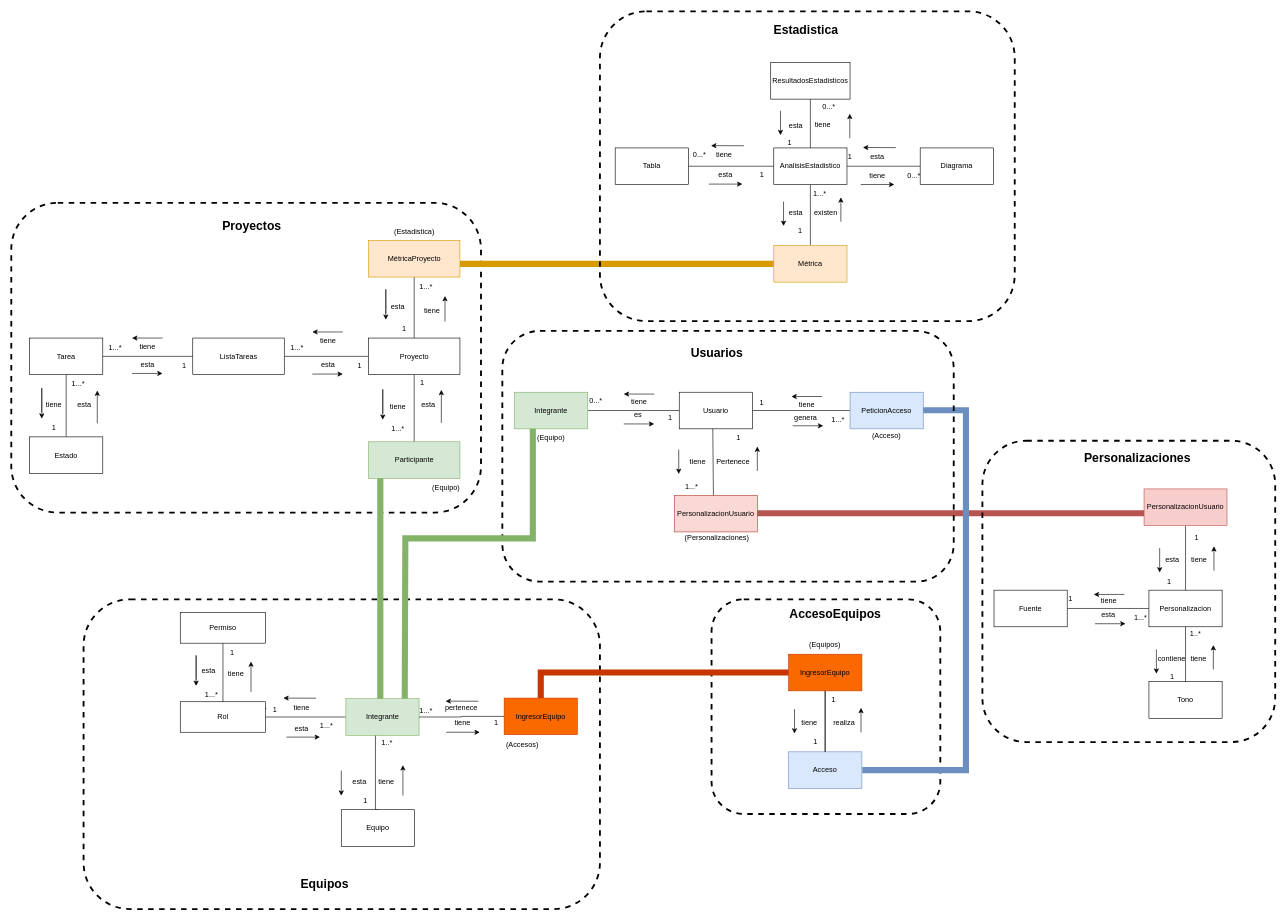
Before: page "VisualStoryMappingV1" (11 of 16) of CoTasker_BoundedContext.drawio in Migue1409-KP/DOO-working-group, a draw.io diagram. Source tidied: cells renumbered, new cells numbered last; positions are measured from the earlier drawing's top-left corner, leaving out a move shared by most shapes. Both pictures are drawn from the tidied source at 61%, with x=0, y=0 at pixel (11, 11).
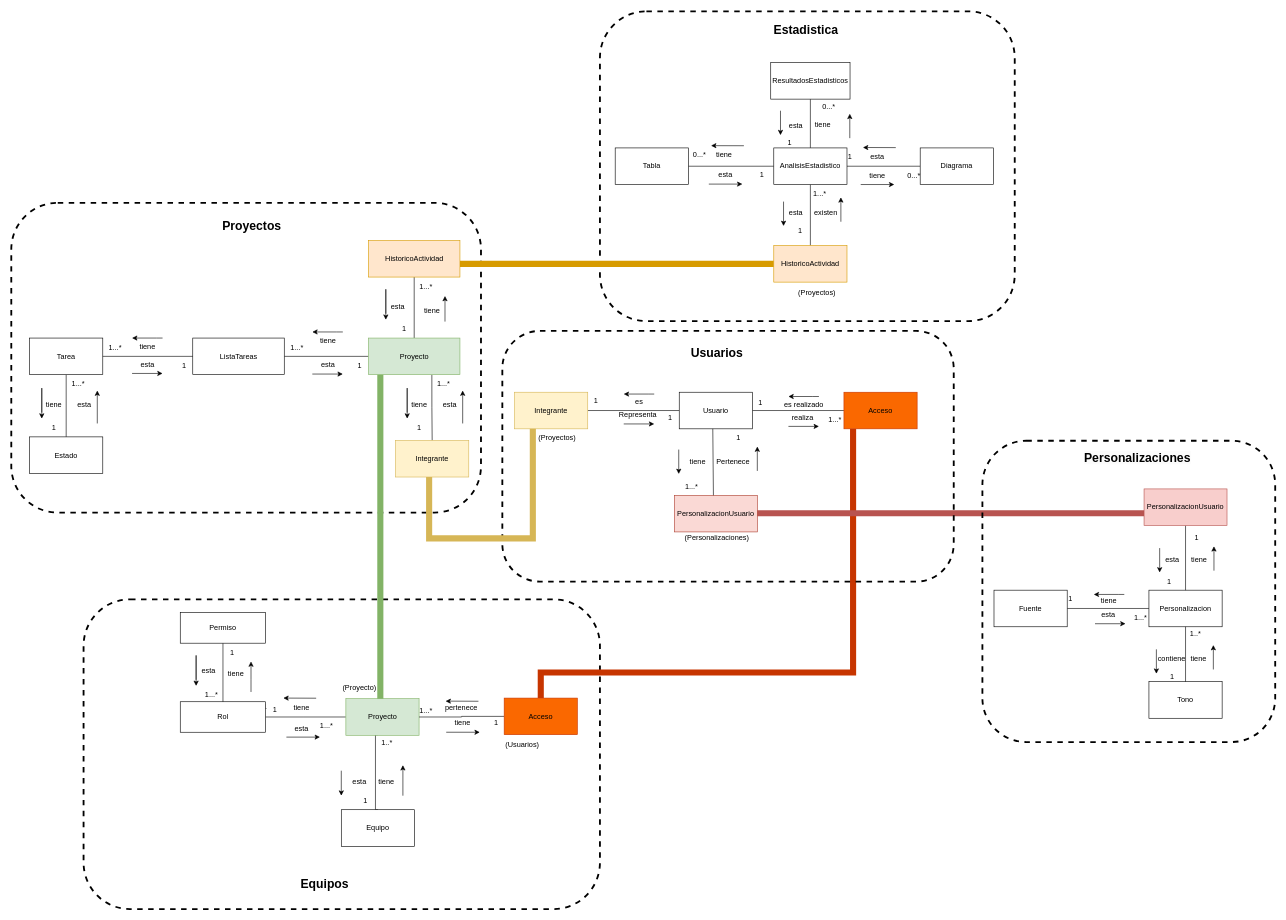
Above is the later version.

The change refers to these unchanged cells:
```xml
<mxCell id="168" value="Usuario" style="rounded=0;whiteSpace=wrap;html=1;" parent="1" vertex="1">
  <mxGeometry x="1095" y="624.5" width="120" height="60" as="geometry" />
</mxCell>
```

What changed in the source:
```diff
@@
+    <mxCell id="124" style="rounded=1;whiteSpace=wrap;html=1;dashed=1;fillColor=none;strokeWidth=3;" parent="1" vertex="1">
+      <mxGeometry x="965" y="0.1" width="680" height="507.8" as="geometry" />
+    </mxCell>
@@
-    <mxCell id="3" style="rounded=1;whiteSpace=wrap;html=1;dashed=1;fillColor=none;strokeWidth=3;" parent="1" vertex="1">
-      <mxGeometry x="1148" y="964" width="375" height="351.9" as="geometry" />
-    </mxCell>
@@
-    <mxCell id="7" style="edgeStyle=orthogonalEdgeStyle;rounded=0;jettySize=auto;html=1;entryX=0.5;entryY=0;entryDx=0;entryDy=0;endArrow=none;endFill=0;" parent="1" edge="1" source="8" target="41">
-      <mxGeometry relative="1" as="geometry" />
-    </mxCell>
+    <mxCell id="195" style="edgeStyle=orthogonalEdgeStyle;rounded=0;jettySize=auto;html=1;exitX=0.693;exitY=1.005;exitDx=0;exitDy=0;exitPerimeter=0;endArrow=none;endFill=0;" parent="1" edge="1" source="8" target="198">
+      <mxGeometry relative="1" as="geometry" />
+    </mxCell>
-    <mxCell id="8" value="Proyecto" style="rounded=0;whiteSpace=wrap;html=1;" parent="1" vertex="1">
+    <mxCell id="8" value="Proyecto" style="rounded=0;whiteSpace=wrap;html=1;fillColor=#d5e8d4;strokeColor=#82b366;" parent="1" vertex="1">
       <mxGeometry x="585.5" y="535.7" width="150" height="60" as="geometry" />
     </mxCell>
@@
-    <mxCell id="33" value="MétricaProyecto" style="rounded=0;whiteSpace=wrap;html=1;fillColor=#ffe6cc;strokeColor=#d79b00;" parent="1" vertex="1">
+    <mxCell id="33" value="HistoricoActividad" style="rounded=0;whiteSpace=wrap;html=1;fillColor=#ffe6cc;strokeColor=#d79b00;" parent="1" vertex="1">
       <mxGeometry x="585.5" y="375.7" width="150" height="60" as="geometry" />
     </mxCell>
@@
-    <mxCell id="38" value="(Estadistica)" style="text;html=1;strokeColor=none;fillColor=none;align=center;verticalAlign=middle;whiteSpace=wrap;rounded=0;" parent="1" vertex="1">
-      <mxGeometry x="630.5" y="345.7" width="60" height="30" as="geometry" />
+    <mxCell id="38" value="(Proyectos)" style="text;html=1;strokeColor=none;fillColor=none;align=center;verticalAlign=middle;whiteSpace=wrap;rounded=0;" parent="1" vertex="1">
+      <mxGeometry x="1291" y="445.7" width="60" height="30" as="geometry" />
     </mxCell>
@@
-    <mxCell id="41" value="Participante" style="rounded=0;whiteSpace=wrap;html=1;fillColor=#d5e8d4;strokeColor=#82b366;" parent="1" vertex="1">
-      <mxGeometry x="585.5" y="705.7" width="150" height="60" as="geometry" />
-    </mxCell>
-    <mxCell id="42" value="esta" style="text;html=1;strokeColor=none;fillColor=none;align=center;verticalAlign=middle;whiteSpace=wrap;rounded=0;" parent="1" vertex="1">
-      <mxGeometry x="664" y="629.7" width="40" height="30" as="geometry" />
-    </mxCell>
-    <mxCell id="43" style="endArrow=classic;html=1;rounded=0;exitX=0.75;exitY=1;exitDx=0;exitDy=0;" parent="1" edge="1">
-      <mxGeometry relative="1" as="geometry">
-        <mxPoint x="705" y="674.7" as="sourcePoint" />
-        <mxPoint x="705" y="620.7" as="targetPoint" />
-      </mxGeometry>
-    </mxCell>
-    <mxCell id="44" value="tiene" style="text;html=1;strokeColor=none;fillColor=none;align=center;verticalAlign=middle;whiteSpace=wrap;rounded=0;" parent="1" vertex="1">
-      <mxGeometry x="604" y="632.7" width="60" height="30" as="geometry" />
-    </mxCell>
-    <mxCell id="45" style="endArrow=classic;html=1;rounded=0;" parent="1" edge="1">
-      <mxGeometry relative="1" as="geometry">
-        <mxPoint x="609" y="659.7" as="sourcePoint" />
-        <mxPoint x="609" y="669.7" as="targetPoint" />
-        <Array as="points">
-          <mxPoint x="609" y="619.7" />
-        </Array>
-      </mxGeometry>
-    </mxCell>
-    <mxCell id="46" value="1...*" style="text;html=1;strokeColor=none;fillColor=none;align=center;verticalAlign=middle;whiteSpace=wrap;rounded=0;" parent="1" vertex="1">
-      <mxGeometry x="604" y="669.7" width="60" height="30" as="geometry" />
-    </mxCell>
-    <mxCell id="47" value="1" style="text;html=1;strokeColor=none;fillColor=none;align=center;verticalAlign=middle;whiteSpace=wrap;rounded=0;" parent="1" vertex="1">
-      <mxGeometry x="644" y="593.7" width="60" height="30" as="geometry" />
-    </mxCell>
-    <mxCell id="48" value="(Equipo)" style="text;html=1;strokeColor=none;fillColor=none;align=center;verticalAlign=middle;whiteSpace=wrap;rounded=0;" parent="1" vertex="1">
-      <mxGeometry x="682.5" y="765.7" width="60" height="30" as="geometry" />
-    </mxCell>
@@
-    <mxCell id="52" style="edgeStyle=orthogonalEdgeStyle;rounded=0;orthogonalLoop=1;jettySize=auto;html=1;fillColor=#d5e8d4;strokeColor=#82b366;strokeWidth=10;endArrow=none;endFill=0;" parent="1" edge="1">
+    <mxCell id="52" style="edgeStyle=orthogonalEdgeStyle;rounded=0;jettySize=auto;html=1;fillColor=#d5e8d4;strokeColor=#82b366;strokeWidth=10;endArrow=none;endFill=0;" parent="1" edge="1" target="8">
       <mxGeometry relative="1" as="geometry">
         <mxPoint x="625" y="1160.7" as="sourcePoint" />
-        <mxPoint x="605" y="765.7" as="targetPoint" />
         <Array as="points">
-          <mxPoint x="605" y="1160.7" />
+          <mxPoint x="605" y="1161" />
         </Array>
       </mxGeometry>
     </mxCell>
-    <mxCell id="53" value="Integrante" style="rounded=0;whiteSpace=wrap;html=1;fillColor=#d5e8d4;strokeColor=#82b366;" parent="1" vertex="1">
+    <mxCell id="53" value="Proyecto" style="rounded=0;whiteSpace=wrap;html=1;fillColor=#d5e8d4;strokeColor=#82b366;" parent="1" vertex="1">
       <mxGeometry x="548.5" y="1126.9" width="120" height="60" as="geometry" />
     </mxCell>
@@
-    <mxCell id="67" style="edgeStyle=orthogonalEdgeStyle;rounded=0;jettySize=auto;html=1;entryX=0;entryY=0.5;entryDx=0;entryDy=0;fillColor=#fa6800;strokeColor=#C73500;strokeWidth=10;endArrow=none;endFill=0;" parent="1" edge="1" source="68" target="88">
+    <mxCell id="67" style="edgeStyle=orthogonalEdgeStyle;rounded=0;jettySize=auto;html=1;fillColor=#fa6800;strokeColor=#C73500;strokeWidth=10;endArrow=none;endFill=0;" parent="1" edge="1" source="68" target="86">
       <mxGeometry relative="1" as="geometry">
         <Array as="points">
-          <mxPoint x="1055" y="1084" />
-          <mxPoint x="1055" y="1084" />
+          <mxPoint x="868" y="1084" />
+          <mxPoint x="1380" y="1084" />
         </Array>
       </mxGeometry>
     </mxCell>
-    <mxCell id="68" value="IngresorEquipo" style="rounded=0;whiteSpace=wrap;html=1;fillColor=#fa6800;fontColor=#000000;strokeColor=#C73500;" parent="1" vertex="1">
+    <mxCell id="68" value="Acceso" style="rounded=0;whiteSpace=wrap;html=1;fillColor=#fa6800;fontColor=#000000;strokeColor=#C73500;" parent="1" vertex="1">
       <mxGeometry x="808" y="1125.9" width="120" height="60" as="geometry" />
     </mxCell>
@@
-    <mxCell id="75" value="(Accesos)" style="text;html=1;strokeColor=none;fillColor=none;align=center;verticalAlign=middle;whiteSpace=wrap;rounded=0;" parent="1" vertex="1">
+    <mxCell id="75" value="(Usuarios)" style="text;html=1;strokeColor=none;fillColor=none;align=center;verticalAlign=middle;whiteSpace=wrap;rounded=0;" parent="1" vertex="1">
       <mxGeometry x="808" y="1186.9" width="60" height="30" as="geometry" />
     </mxCell>
@@
-    <mxCell id="86" value="Acceso" style="rounded=0;whiteSpace=wrap;html=1;fillColor=#dae8fc;strokeColor=#6c8ebf;" parent="1" vertex="1">
-      <mxGeometry x="1274.4" y="1214" width="120" height="60" as="geometry" />
-    </mxCell>
-    <mxCell id="87" style="edgeStyle=orthogonalEdgeStyle;rounded=0;jettySize=auto;html=1;exitX=0.5;exitY=1;exitDx=0;exitDy=0;entryX=0.5;entryY=0;entryDx=0;entryDy=0;endArrow=none;endFill=0;" parent="1" edge="1" source="88" target="86">
-      <mxGeometry relative="1" as="geometry" />
-    </mxCell>
-    <mxCell id="88" value="IngresorEquipo" style="rounded=0;whiteSpace=wrap;html=1;fillColor=#fa6800;fontColor=#000000;strokeColor=#C73500;" parent="1" vertex="1">
-      <mxGeometry x="1274.4" y="1054" width="120" height="60" as="geometry" />
-    </mxCell>
-    <mxCell id="89" style="endArrow=none;html=1;rounded=0;entryX=0.5;entryY=1;entryDx=0;entryDy=0;exitX=0.5;exitY=0;exitDx=0;exitDy=0;" parent="1" edge="1">
-      <mxGeometry relative="1" as="geometry">
-        <mxPoint x="1334" y="1214" as="sourcePoint" />
-        <mxPoint x="1334" y="1114" as="targetPoint" />
-      </mxGeometry>
-    </mxCell>
-    <mxCell id="90" value="realiza" style="text;html=1;align=center;verticalAlign=middle;strokeColor=none;fillColor=none;" parent="1" vertex="1">
-      <mxGeometry x="1335" y="1152" width="60" height="30" as="geometry" />
-    </mxCell>
-    <mxCell id="91" style="endArrow=classic;html=1;rounded=0;" parent="1" edge="1">
-      <mxGeometry relative="1" as="geometry">
-        <mxPoint x="1393" y="1182" as="sourcePoint" />
-        <mxPoint x="1393" y="1142" as="targetPoint" />
-      </mxGeometry>
-    </mxCell>
-    <mxCell id="92" style="endArrow=classic;html=1;rounded=0;" parent="1" edge="1">
-      <mxGeometry relative="1" as="geometry">
-        <mxPoint x="1284" y="1144" as="sourcePoint" />
-        <mxPoint x="1284" y="1184" as="targetPoint" />
-      </mxGeometry>
-    </mxCell>
-    <mxCell id="93" value="1&lt;br&gt;" style="text;html=1;align=center;verticalAlign=middle;strokeColor=none;fillColor=none;" parent="1" vertex="1">
-      <mxGeometry x="1333" y="1114" width="30" height="30" as="geometry" />
-    </mxCell>
-    <mxCell id="94" value="1" style="text;html=1;align=center;verticalAlign=middle;strokeColor=none;fillColor=none;" parent="1" vertex="1">
-      <mxGeometry x="1303" y="1182" width="30" height="30" as="geometry" />
-    </mxCell>
-    <mxCell id="95" value="tiene" style="text;html=1;align=center;verticalAlign=middle;strokeColor=none;fillColor=none;" parent="1" vertex="1">
-      <mxGeometry x="1283" y="1152" width="50" height="30" as="geometry" />
-    </mxCell>
-    <mxCell id="96" value="(Equipos)" style="text;html=1;strokeColor=none;fillColor=none;align=center;verticalAlign=middle;whiteSpace=wrap;rounded=0;" parent="1" vertex="1">
-      <mxGeometry x="1304.4" y="1024" width="60" height="30" as="geometry" />
-    </mxCell>
@@
-    <mxCell id="98" style="edgeStyle=orthogonalEdgeStyle;rounded=0;orthogonalLoop=1;jettySize=auto;html=1;fillColor=#dae8fc;strokeColor=#6c8ebf;strokeWidth=10;endArrow=none;endFill=0;" parent="1" edge="1">
-      <mxGeometry relative="1" as="geometry">
-        <mxPoint x="1490" y="654.1" as="sourcePoint" />
-        <mxPoint x="1395" y="1244" as="targetPoint" />
-        <Array as="points">
-          <mxPoint x="1565" y="654" />
-          <mxPoint x="1565" y="1244" />
-        </Array>
-      </mxGeometry>
-    </mxCell>
@@
-    <mxCell id="124" style="rounded=1;whiteSpace=wrap;html=1;dashed=1;fillColor=none;strokeWidth=3;" parent="1" vertex="1">
-      <mxGeometry x="965" y="0.1" width="680" height="507.8" as="geometry" />
-    </mxCell>
@@
-    <mxCell id="126" value="Métrica" style="rounded=0;whiteSpace=wrap;html=1;fillColor=#ffe6cc;strokeColor=#d79b00;" parent="1" vertex="1">
+    <mxCell id="126" value="HistoricoActividad" style="rounded=0;whiteSpace=wrap;html=1;fillColor=#ffe6cc;strokeColor=#d79b00;" parent="1" vertex="1">
       <mxGeometry x="1250" y="384" width="120" height="60" as="geometry" />
     </mxCell>
@@
-    <mxCell id="165" value="&lt;span style=&quot;color: rgb(0, 0, 0); font-family: Helvetica; font-size: 20px; font-style: normal; font-variant-ligatures: normal; font-variant-caps: normal; font-weight: 700; letter-spacing: normal; orphans: 2; text-align: center; text-indent: 0px; text-transform: none; widows: 2; word-spacing: 0px; -webkit-text-stroke-width: 0px; background-color: rgb(251, 251, 251); text-decoration-thickness: initial; text-decoration-style: initial; text-decoration-color: initial; float: none; display: inline !important;&quot;&gt;AccesoEquipos&lt;/span&gt;" style="text;whiteSpace=wrap;html=1;fontSize=20;" parent="1" vertex="1">
-      <mxGeometry x="1274" y="969" width="110" height="50" as="geometry" />
-    </mxCell>
-    <mxCell id="166" style="edgeStyle=orthogonalEdgeStyle;rounded=0;jettySize=auto;html=1;endArrow=none;endFill=0;" parent="1" edge="1" source="168" target="177">
-      <mxGeometry relative="1" as="geometry" />
-    </mxCell>
@@
+    <mxCell id="196" style="edgeStyle=orthogonalEdgeStyle;rounded=0;jettySize=auto;html=1;endArrow=none;endFill=0;" parent="1" edge="1" source="168" target="86">
+      <mxGeometry relative="1" as="geometry" />
+    </mxCell>
@@
-    <mxCell id="177" value="PeticionAcceso" style="rounded=0;whiteSpace=wrap;html=1;fillColor=#dae8fc;strokeColor=#6c8ebf;" parent="1" vertex="1">
-      <mxGeometry x="1375" y="624.5" width="120" height="60" as="geometry" />
-    </mxCell>
-    <mxCell id="178" value="tiene&lt;br&gt;" style="text;html=1;align=center;verticalAlign=middle;strokeColor=none;fillColor=none;" parent="1" vertex="1">
-      <mxGeometry x="1279" y="629.5" width="50" height="30" as="geometry" />
-    </mxCell>
-    <mxCell id="179" value="genera" style="text;html=1;align=center;verticalAlign=middle;strokeColor=none;fillColor=none;" parent="1" vertex="1">
-      <mxGeometry x="1272" y="650.5" width="60" height="30" as="geometry" />
-    </mxCell>
-    <mxCell id="180" style="endArrow=classic;html=1;rounded=0;" parent="1" edge="1">
-      <mxGeometry relative="1" as="geometry">
-        <mxPoint x="1281" y="679.5" as="sourcePoint" />
-        <mxPoint x="1331" y="679.5" as="targetPoint" />
-      </mxGeometry>
-    </mxCell>
-    <mxCell id="181" style="endArrow=classic;html=1;rounded=0;" parent="1" edge="1">
-      <mxGeometry relative="1" as="geometry">
-        <mxPoint x="1329" y="631.5" as="sourcePoint" />
-        <mxPoint x="1279" y="631.5" as="targetPoint" />
-        <Array as="points">
-          <mxPoint x="1319" y="631.5" />
-        </Array>
-      </mxGeometry>
-    </mxCell>
-    <mxCell id="182" value="1...*" style="text;html=1;align=center;verticalAlign=middle;strokeColor=none;fillColor=none;" parent="1" vertex="1">
-      <mxGeometry x="1335" y="654.5" width="40" height="30" as="geometry" />
-    </mxCell>
-    <mxCell id="183" value="1" style="text;html=1;align=center;verticalAlign=middle;strokeColor=none;fillColor=none;" parent="1" vertex="1">
-      <mxGeometry x="1215" y="626.5" width="30" height="30" as="geometry" />
-    </mxCell>
-    <mxCell id="184" value="(Acceso)" style="text;html=1;strokeColor=none;fillColor=none;align=center;verticalAlign=middle;whiteSpace=wrap;rounded=0;" parent="1" vertex="1">
-      <mxGeometry x="1405" y="680.5" width="60" height="30" as="geometry" />
-    </mxCell>
@@
-    <mxCell id="186" style="edgeStyle=orthogonalEdgeStyle;rounded=0;orthogonalLoop=1;jettySize=auto;html=1;exitX=0.25;exitY=1;exitDx=0;exitDy=0;fillColor=#d5e8d4;strokeColor=#82b366;strokeWidth=10;endArrow=none;endFill=0;" parent="1" edge="1">
+    <mxCell id="186" style="edgeStyle=orthogonalEdgeStyle;rounded=0;jettySize=auto;html=1;exitX=0.25;exitY=1;exitDx=0;exitDy=0;fillColor=#fff2cc;strokeColor=#d6b656;strokeWidth=10;endArrow=none;endFill=0;entryX=0.5;entryY=1;entryDx=0;entryDy=0;" parent="1" edge="1" target="198">
       <mxGeometry relative="1" as="geometry">
         <mxPoint x="855" y="677.5" as="sourcePoint" />
-        <mxPoint x="645" y="1127" as="targetPoint" />
         <Array as="points">
           <mxPoint x="855" y="864" />
-          <mxPoint x="646" y="864" />
-          <mxPoint x="646" y="1127" />
+          <mxPoint x="685" y="864" />
+          <mxPoint x="685" y="728" />
         </Array>
       </mxGeometry>
     </mxCell>
-    <mxCell id="187" value="Integrante" style="rounded=0;whiteSpace=wrap;html=1;fillColor=#d5e8d4;strokeColor=#82b366;" parent="1" vertex="1">
+    <mxCell id="187" value="Integrante" style="rounded=0;whiteSpace=wrap;html=1;fillColor=#fff2cc;strokeColor=#d6b656;" parent="1" vertex="1">
       <mxGeometry x="825" y="624.5" width="120" height="60" as="geometry" />
     </mxCell>
-    <mxCell id="188" value="tiene&lt;br&gt;" style="text;html=1;align=center;verticalAlign=middle;strokeColor=none;fillColor=none;" parent="1" vertex="1">
-      <mxGeometry x="1004" y="625.5" width="50" height="30" as="geometry" />
+    <mxCell id="188" value="es" style="text;html=1;align=center;verticalAlign=middle;strokeColor=none;fillColor=none;" parent="1" vertex="1">
+      <mxGeometry x="1009" y="625.5" width="40" height="30" as="geometry" />
     </mxCell>
-    <mxCell id="189" value="es" style="text;html=1;align=center;verticalAlign=middle;strokeColor=none;fillColor=none;" parent="1" vertex="1">
-      <mxGeometry x="1007" y="646.5" width="40" height="30" as="geometry" />
+    <mxCell id="189" value="Representa" style="text;html=1;align=center;verticalAlign=middle;strokeColor=none;fillColor=none;" parent="1" vertex="1">
+      <mxGeometry x="982" y="646.5" width="90" height="30" as="geometry" />
     </mxCell>
@@
-    <mxCell id="192" value="0...*" style="text;html=1;align=center;verticalAlign=middle;strokeColor=none;fillColor=none;" parent="1" vertex="1">
-      <mxGeometry x="938" y="622.5" width="40" height="30" as="geometry" />
+    <mxCell id="192" value="1" style="text;html=1;align=center;verticalAlign=middle;strokeColor=none;fillColor=none;" parent="1" vertex="1">
+      <mxGeometry x="943" y="622.5" width="30" height="30" as="geometry" />
     </mxCell>
-    <mxCell id="193" value="(Equipo)" style="text;html=1;strokeColor=none;fillColor=none;align=center;verticalAlign=middle;whiteSpace=wrap;rounded=0;" parent="1" vertex="1">
-      <mxGeometry x="855" y="684.5" width="60" height="30" as="geometry" />
+    <mxCell id="193" value="(Proyectos)" style="text;html=1;strokeColor=none;fillColor=none;align=center;verticalAlign=middle;whiteSpace=wrap;rounded=0;" parent="1" vertex="1">
+      <mxGeometry x="865" y="684.5" width="60" height="30" as="geometry" />
     </mxCell>
@@
+    <mxCell id="197" value="(Proyecto)" style="text;html=1;strokeColor=none;fillColor=none;align=center;verticalAlign=middle;whiteSpace=wrap;rounded=0;" parent="1" vertex="1">
+      <mxGeometry x="540.5" y="1094" width="60" height="30" as="geometry" />
+    </mxCell>
+    <mxCell id="198" value="Integrante" style="whiteSpace=wrap;html=1;fillColor=#fff2cc;strokeColor=#d6b656;rounded=0;" parent="1" vertex="1">
+      <mxGeometry x="630" y="703.5" width="120" height="60" as="geometry" />
+    </mxCell>
+    <mxCell id="42" value="esta" style="text;html=1;strokeColor=none;fillColor=none;align=center;verticalAlign=middle;whiteSpace=wrap;rounded=0;" parent="1" vertex="1">
+      <mxGeometry x="699" y="630.7" width="40" height="30" as="geometry" />
+    </mxCell>
+    <mxCell id="199" style="endArrow=classic;html=1;rounded=0;exitX=0.75;exitY=1;exitDx=0;exitDy=0;" parent="1" edge="1">
+      <mxGeometry relative="1" as="geometry">
+        <mxPoint x="740" y="675.7" as="sourcePoint" />
+        <mxPoint x="740" y="621.7" as="targetPoint" />
+      </mxGeometry>
+    </mxCell>
+    <mxCell id="46" value="1...*" style="text;html=1;strokeColor=none;fillColor=none;align=center;verticalAlign=middle;whiteSpace=wrap;rounded=0;" parent="1" vertex="1">
+      <mxGeometry x="679" y="595.7" width="60" height="30" as="geometry" />
+    </mxCell>
+    <mxCell id="47" value="1" style="text;html=1;strokeColor=none;fillColor=none;align=center;verticalAlign=middle;whiteSpace=wrap;rounded=0;" parent="1" vertex="1">
+      <mxGeometry x="639" y="667.7" width="60" height="30" as="geometry" />
+    </mxCell>
+    <mxCell id="44" value="tiene" style="text;html=1;strokeColor=none;fillColor=none;align=center;verticalAlign=middle;whiteSpace=wrap;rounded=0;" parent="1" vertex="1">
+      <mxGeometry x="639" y="630.7" width="60" height="30" as="geometry" />
+    </mxCell>
+    <mxCell id="200" style="endArrow=classic;html=1;rounded=0;" parent="1" edge="1">
+      <mxGeometry relative="1" as="geometry">
+        <mxPoint x="649" y="657.7" as="sourcePoint" />
+        <mxPoint x="649" y="667.7" as="targetPoint" />
+        <Array as="points">
+          <mxPoint x="649" y="617.7" />
+        </Array>
+      </mxGeometry>
+    </mxCell>
+    <mxCell id="86" value="Acceso" style="whiteSpace=wrap;html=1;rounded=0;fillColor=#fa6800;fontColor=#000000;strokeColor=#C73500;" parent="1" vertex="1">
+      <mxGeometry x="1365" y="624.5" width="120" height="60" as="geometry" />
+    </mxCell>
+    <mxCell id="201" value="es realizado" style="text;html=1;align=center;verticalAlign=middle;strokeColor=none;fillColor=none;" parent="1" vertex="1">
+      <mxGeometry x="1254" y="629.5" width="90" height="30" as="geometry" />
+    </mxCell>
+    <mxCell id="90" value="realiza" style="text;html=1;align=center;verticalAlign=middle;strokeColor=none;fillColor=none;" parent="1" vertex="1">
+      <mxGeometry x="1267" y="650.5" width="60" height="30" as="geometry" />
+    </mxCell>
+    <mxCell id="202" style="endArrow=classic;html=1;rounded=0;" parent="1" edge="1">
+      <mxGeometry relative="1" as="geometry">
+        <mxPoint x="1324" y="631.5" as="sourcePoint" />
+        <mxPoint x="1274" y="631.5" as="targetPoint" />
+        <Array as="points">
+          <mxPoint x="1314" y="631.5" />
+        </Array>
+      </mxGeometry>
+    </mxCell>
+    <mxCell id="182" value="1...*" style="text;html=1;align=center;verticalAlign=middle;strokeColor=none;fillColor=none;" parent="1" vertex="1">
+      <mxGeometry x="1330" y="654.5" width="40" height="30" as="geometry" />
+    </mxCell>
+    <mxCell id="203" value="1" style="text;html=1;align=center;verticalAlign=middle;strokeColor=none;fillColor=none;" parent="1" vertex="1">
+      <mxGeometry x="1213" y="626.5" width="30" height="30" as="geometry" />
+    </mxCell>
+    <mxCell id="204" style="endArrow=classic;html=1;rounded=0;" parent="1" edge="1">
+      <mxGeometry relative="1" as="geometry">
+        <mxPoint x="1274" y="680.5" as="sourcePoint" />
+        <mxPoint x="1324" y="680.5" as="targetPoint" />
+      </mxGeometry>
+    </mxCell>
```
